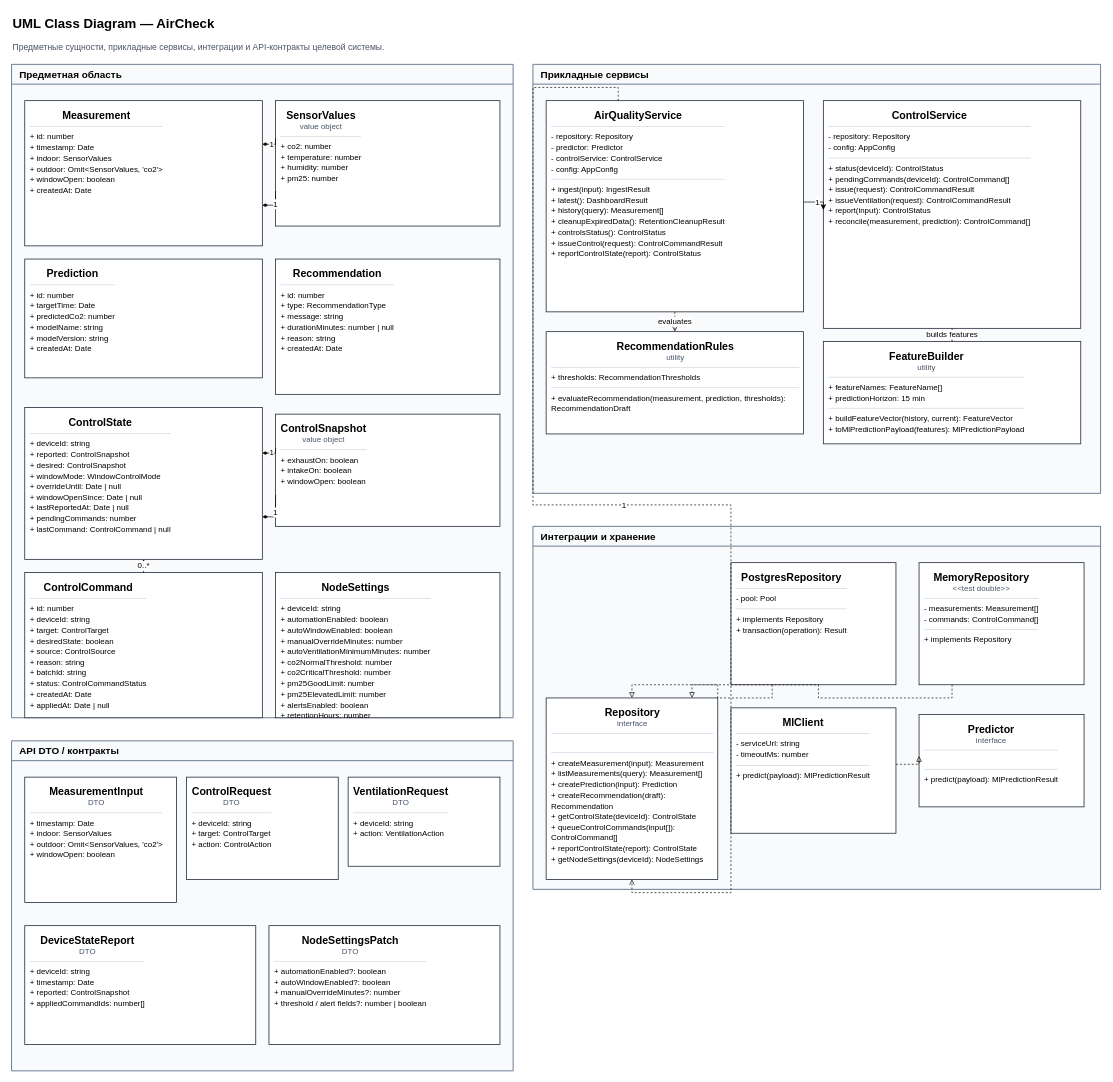
The draw.io diagram docs/diagrams/class-diagram.drawio in Garun-mp4/air_check_system, before the edit. Source tidied: cells renumbered, new cells numbered last; positions are measured from the earlier drawing's top-left corner, leaving out a move shared by most shapes. Both pictures are drawn from the tidied source at 66%, with x=0, y=0 at pixel (11, 11).
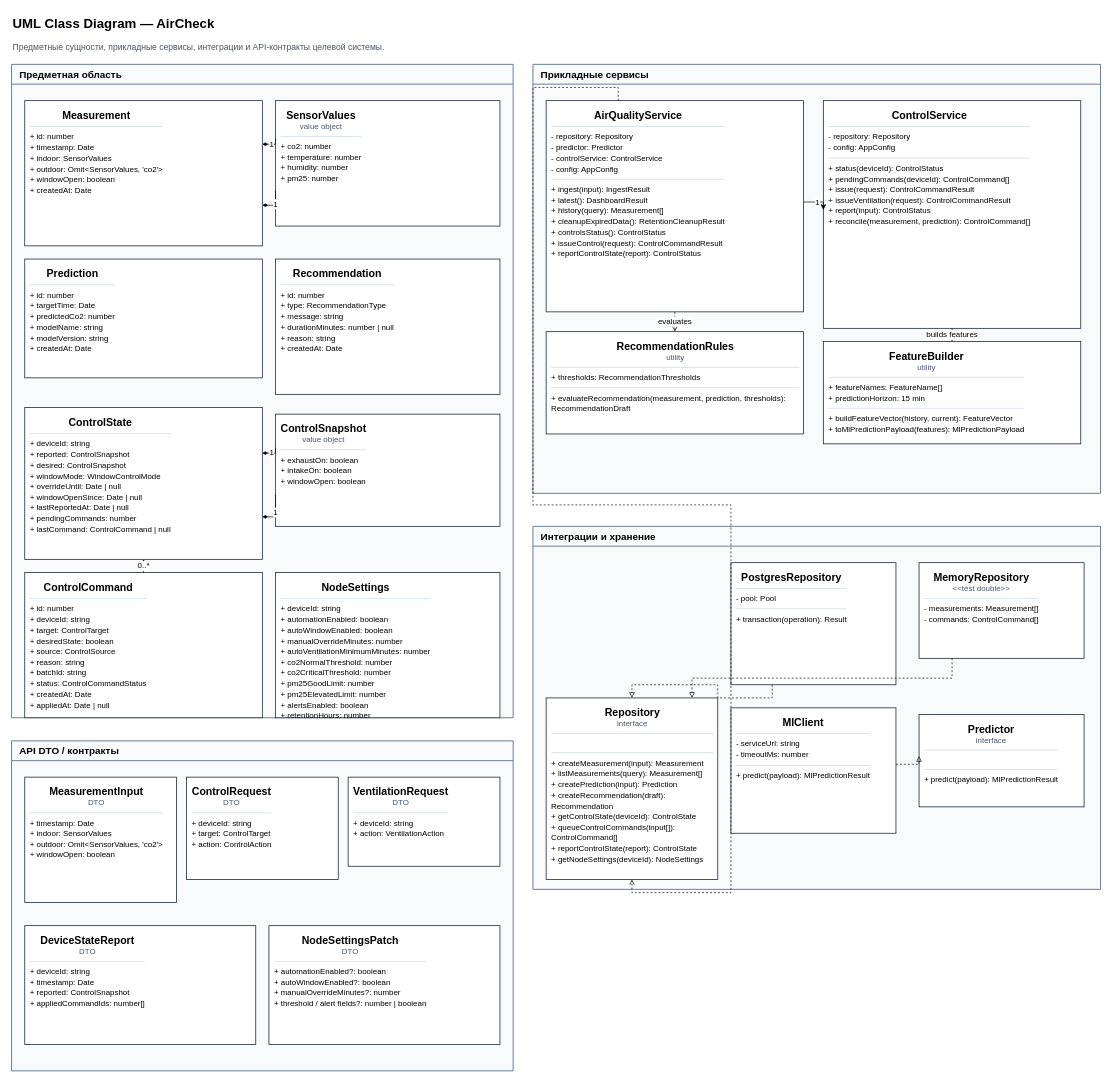
The same diagram, later.

Commit message (it also covers changes not shown here):
docs: refine diploma diagram layouts

The change refers to these unchanged cells:
```xml
<mxCell id="6" value="Интеграции и хранение" style="swimlane;html=1;rounded=0;horizontal=1;startSize=30;fillColor=#f8fafc;swimlaneFillColor=#f8fafc;strokeColor=#64748b;strokeWidth=1.4;fontStyle=1;fontSize=15;align=left;verticalAlign=middle;spacingLeft=10;" parent="1" vertex="1">
  <mxGeometry x="790" y="780" width="860" height="550" as="geometry" />
</mxCell>
<mxCell id="28" value="&lt;div style=&quot;font-family:Arial,sans-serif;&quot;&gt;&lt;div style=&quot;text-align:center;font-size:16px;font-weight:bold;&quot;&gt;AirQualityService&lt;/div&gt;&lt;hr style=&quot;border:0;border-top:1px solid #cbd5e1;margin:7px 0;&quot;&gt;&lt;div style=&quot;font-size:12px;line-height:1.35;&quot;&gt;- repository: Repository&lt;br&gt;- predictor: Predictor&lt;br&gt;- controlService: ControlService&lt;br&gt;- config: AppConfig&lt;/div&gt;&lt;hr style=&quot;border:0;border-top:1px solid #cbd5e1;margin:7px 0;&quot;&gt;&lt;div style=&quot;font-size:12px;line-height:1.35;&quot;&gt;+ ingest(input): IngestResult&lt;br&gt;+ latest(): DashboardResult&lt;br&gt;+ history(query): Measurement[]&lt;br&gt;+ cleanupExpiredData(): RetentionCleanupResult&lt;br&gt;+ controlsStatus(): ControlStatus&lt;br&gt;+ issueControl(request): ControlCommandResult&lt;br&gt;+ reportControlState(report): ControlStatus&lt;/div&gt;&lt;/div&gt;" style="html=1;whiteSpace=wrap;rounded=0;fillColor=#ffffff;strokeColor=#1f2937;strokeWidth=1.2;align=left;verticalAlign=top;spacing=8;fontSize=13;" parent="5" vertex="1">
  <mxGeometry x="20" y="55" width="390" height="320" as="geometry" />
</mxCell>
<mxCell id="32" value="&lt;div style=&quot;font-family:Arial,sans-serif;&quot;&gt;&lt;div style=&quot;text-align:center;font-size:16px;font-weight:bold;&quot;&gt;Repository&lt;/div&gt;&lt;div style=&quot;text-align:center;color:#475569;font-size:12px;&quot;&gt;interface&lt;/div&gt;&lt;hr style=&quot;border:0;border-top:1px solid #cbd5e1;margin:7px 0;&quot;&gt;&lt;div style=&quot;font-size:12px;&quot;&gt;&amp;nbsp;&lt;/div&gt;&lt;hr style=&quot;border:0;border-top:1px solid #cbd5e1;margin:7px 0;&quot;&gt;&lt;div style=&quot;font-size:12px;line-height:1.35;&quot;&gt;+ createMeasurement(input): Measurement&lt;br&gt;+ listMeasurements(query): Measurement[]&lt;br&gt;+ createPrediction(input): Prediction&lt;br&gt;+ createRecommendation(draft): Recommendation&lt;br&gt;+ getControlState(deviceId): ControlState&lt;br&gt;+ queueControlCommands(input[]): ControlCommand[]&lt;br&gt;+ reportControlState(report): ControlState&lt;br&gt;+ getNodeSettings(deviceId): NodeSettings&lt;/div&gt;&lt;/div&gt;" style="html=1;whiteSpace=wrap;rounded=0;fillColor=#ffffff;strokeColor=#1f2937;strokeWidth=1.2;align=left;verticalAlign=top;spacing=8;fontSize=13;" parent="6" vertex="1">
  <mxGeometry x="20" y="260" width="260" height="275" as="geometry" />
</mxCell>
```

What changed in the source:
```diff
@@
-    <mxCell id="14" value="1" style="edgeStyle=orthogonalEdgeStyle;rounded=0;jettySize=auto;html=1;dashed=1;endArrow=open;endFill=0;fontSize=12;labelBackgroundColor=#ffffff;exitX=0.28;exitY=0;entryX=0.50;entryY=1;" parent="1" edge="1" source="28" target="32">
+    <mxCell id="14" style="edgeStyle=orthogonalEdgeStyle;rounded=0;jettySize=auto;html=1;dashed=1;endArrow=open;endFill=0;fontSize=12;labelBackgroundColor=#ffffff;exitX=0.28;exitY=0;entryX=0.50;entryY=1;" parent="1" edge="1" source="28" target="32">
       <mxGeometry relative="1" as="geometry" />
     </mxCell>
@@
-    <mxCell id="33" value="&lt;div style=&quot;font-family:Arial,sans-serif;&quot;&gt;&lt;div style=&quot;text-align:center;font-size:16px;font-weight:bold;&quot;&gt;PostgresRepository&lt;/div&gt;&lt;hr style=&quot;border:0;border-top:1px solid #cbd5e1;margin:7px 0;&quot;&gt;&lt;div style=&quot;font-size:12px;line-height:1.35;&quot;&gt;- pool: Pool&lt;/div&gt;&lt;hr style=&quot;border:0;border-top:1px solid #cbd5e1;margin:7px 0;&quot;&gt;&lt;div style=&quot;font-size:12px;line-height:1.35;&quot;&gt;+ implements Repository&lt;br&gt;+ transaction(operation): Result&lt;/div&gt;&lt;/div&gt;" style="html=1;whiteSpace=wrap;rounded=0;fillColor=#ffffff;strokeColor=#1f2937;strokeWidth=1.2;align=left;verticalAlign=top;spacing=8;fontSize=13;" parent="6" vertex="1">
+    <mxCell id="33" value="&lt;div style=&quot;font-family:Arial,sans-serif;&quot;&gt;&lt;div style=&quot;text-align:center;font-size:16px;font-weight:bold;&quot;&gt;PostgresRepository&lt;/div&gt;&lt;hr style=&quot;border:0;border-top:1px solid #cbd5e1;margin:7px 0;&quot;&gt;&lt;div style=&quot;font-size:12px;line-height:1.35;&quot;&gt;- pool: Pool&lt;/div&gt;&lt;hr style=&quot;border:0;border-top:1px solid #cbd5e1;margin:7px 0;&quot;&gt;&lt;div style=&quot;font-size:12px;line-height:1.35;&quot;&gt;+ transaction(operation): Result&lt;/div&gt;&lt;/div&gt;" style="html=1;whiteSpace=wrap;rounded=0;fillColor=#ffffff;strokeColor=#1f2937;strokeWidth=1.2;align=left;verticalAlign=top;spacing=8;fontSize=13;" parent="6" vertex="1">
       <mxGeometry x="300" y="55" width="250" height="185" as="geometry" />
     </mxCell>
-    <mxCell id="34" value="&lt;div style=&quot;font-family:Arial,sans-serif;&quot;&gt;&lt;div style=&quot;text-align:center;font-size:16px;font-weight:bold;&quot;&gt;MemoryRepository&lt;/div&gt;&lt;div style=&quot;text-align:center;color:#475569;font-size:12px;&quot;&gt;&amp;lt;&amp;lt;test double&amp;gt;&amp;gt;&lt;/div&gt;&lt;hr style=&quot;border:0;border-top:1px solid #cbd5e1;margin:7px 0;&quot;&gt;&lt;div style=&quot;font-size:12px;line-height:1.35;&quot;&gt;- measurements: Measurement[]&lt;br&gt;- commands: ControlCommand[]&lt;/div&gt;&lt;hr style=&quot;border:0;border-top:1px solid #cbd5e1;margin:7px 0;&quot;&gt;&lt;div style=&quot;font-size:12px;line-height:1.35;&quot;&gt;+ implements Repository&lt;/div&gt;&lt;/div&gt;" style="html=1;whiteSpace=wrap;rounded=0;fillColor=#ffffff;strokeColor=#1f2937;strokeWidth=1.2;align=left;verticalAlign=top;spacing=8;fontSize=13;" parent="6" vertex="1">
-      <mxGeometry x="585" y="55" width="250" height="185" as="geometry" />
+    <mxCell id="34" value="&lt;div style=&quot;font-family:Arial,sans-serif;&quot;&gt;&lt;div style=&quot;text-align:center;font-size:16px;font-weight:bold;&quot;&gt;MemoryRepository&lt;/div&gt;&lt;div style=&quot;text-align:center;color:#475569;font-size:12px;&quot;&gt;&amp;lt;&amp;lt;test double&amp;gt;&amp;gt;&lt;/div&gt;&lt;hr style=&quot;border:0;border-top:1px solid #cbd5e1;margin:7px 0;&quot;&gt;&lt;div style=&quot;font-size:12px;line-height:1.35;&quot;&gt;- measurements: Measurement[]&lt;br&gt;- commands: ControlCommand[]&lt;/div&gt;&lt;/div&gt;" style="html=1;whiteSpace=wrap;rounded=0;fillColor=#ffffff;strokeColor=#1f2937;strokeWidth=1.2;align=left;verticalAlign=top;spacing=8;fontSize=13;" parent="6" vertex="1">
+      <mxGeometry x="585" y="55" width="250" height="145" as="geometry" />
     </mxCell>
```
